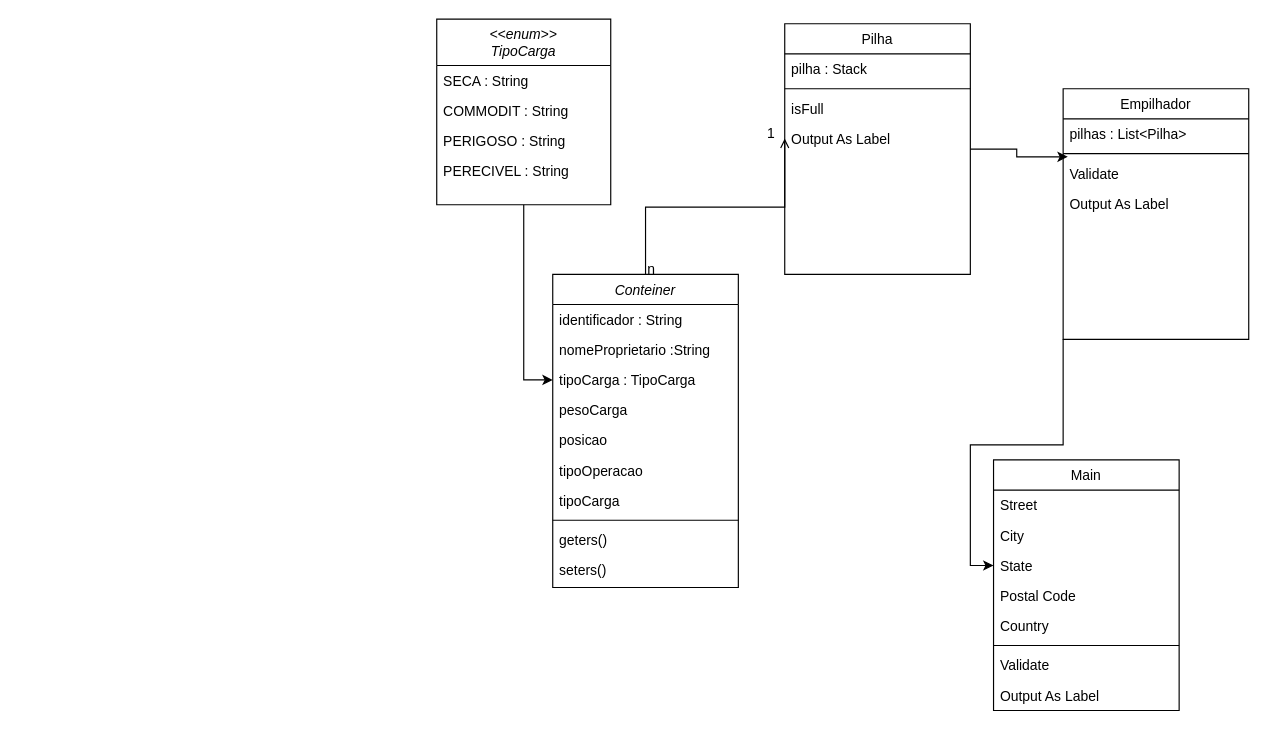
This is EmpilhamentoConteiners.drawio from sergiomnds/projeto_lp2, a draw.io file, before an edit. Source tidied: cells renumbered, new cells numbered last; positions are measured from the earlier drawing's top-left corner, leaving out a move shared by most shapes. Both pictures are drawn from the tidied source at 116%, with x=0, y=0 at pixel (436, 19).
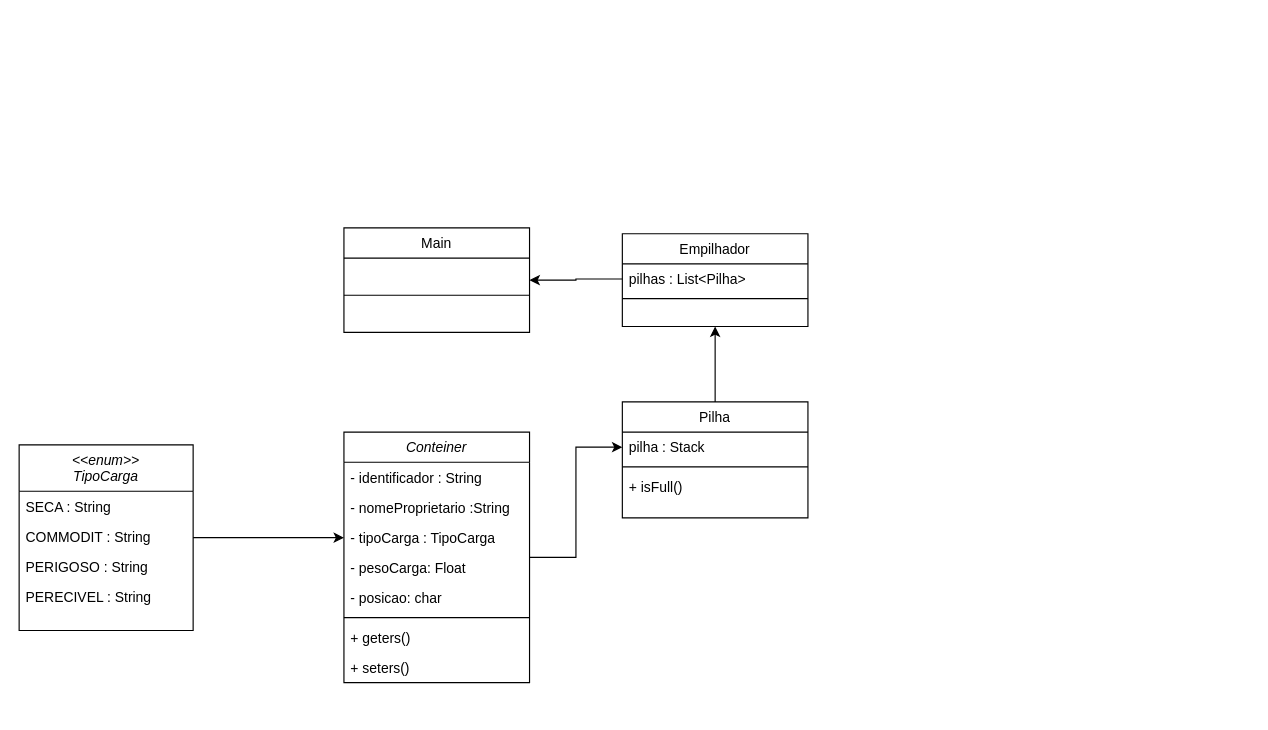
The same page after the edit.

Commit message:
limpando e finalizando o diagrama

The change refers to these unchanged cells:
```xml
<mxCell id="26" value="pilhas : List&lt;Pilha&gt;" style="text;align=left;verticalAlign=top;spacingLeft=4;spacingRight=4;overflow=hidden;points=[[0,0.5],[1,0.5]];portConstraint=eastwest;" parent="25" vertex="1">
  <mxGeometry y="26" width="160" height="26" as="geometry" />
</mxCell>
<mxCell id="39" value="pilha : Stack" style="text;align=left;verticalAlign=top;spacingLeft=4;spacingRight=4;overflow=hidden;points=[[0,0.5],[1,0.5]];portConstraint=eastwest;" parent="38" vertex="1">
  <mxGeometry y="26" width="160" height="26" as="geometry" />
</mxCell>
```

Change to the diagram source:
```diff
@@
-<mxGraphModel>
+<mxGraphModel background="#FFFFFF">
@@
+    <mxCell id="43" style="edgeStyle=orthogonalEdgeStyle;rounded=0;jettySize=auto;html=1;entryX=0;entryY=0.5;entryDx=0;entryDy=0;" parent="1" edge="1" source="2" target="39">
+      <mxGeometry relative="1" as="geometry" />
+    </mxCell>
     <mxCell id="2" value="Conteiner" style="swimlane;fontStyle=2;align=center;verticalAlign=top;horizontal=1;startSize=26;rounded=0;shadow=0;strokeWidth=1;" parent="1" vertex="1">
-      <mxGeometry x="100" y="220" width="160" height="270" as="geometry" />
+      <mxGeometry x="-80" y="356" width="160" height="216" as="geometry" />
     </mxCell>
-    <mxCell id="3" value="identificador : String" style="text;align=left;verticalAlign=top;spacingLeft=4;spacingRight=4;overflow=hidden;" parent="2" vertex="1">
+    <mxCell id="3" value="- identificador : String" style="text;align=left;verticalAlign=top;spacingLeft=4;spacingRight=4;overflow=hidden;" parent="2" vertex="1">
       <mxGeometry y="26" width="160" height="26" as="geometry" />
     </mxCell>
-    <mxCell id="4" value="nomeProprietario :String" style="text;align=left;verticalAlign=top;spacingLeft=4;spacingRight=4;overflow=hidden;rounded=0;shadow=0;html=0;" parent="2" vertex="1">
+    <mxCell id="4" value="- nomeProprietario :String" style="text;align=left;verticalAlign=top;spacingLeft=4;spacingRight=4;overflow=hidden;rounded=0;shadow=0;html=0;" parent="2" vertex="1">
       <mxGeometry y="52" width="160" height="26" as="geometry" />
     </mxCell>
-    <mxCell id="5" value="tipoCarga : TipoCarga" style="text;align=left;verticalAlign=top;spacingLeft=4;spacingRight=4;overflow=hidden;points=[[0,0.5],[1,0.5]];portConstraint=eastwest;rounded=0;shadow=0;html=0;" parent="2" vertex="1">
+    <mxCell id="5" value="- tipoCarga : TipoCarga" style="text;align=left;verticalAlign=top;spacingLeft=4;spacingRight=4;overflow=hidden;points=[[0,0.5],[1,0.5]];portConstraint=eastwest;rounded=0;shadow=0;html=0;" parent="2" vertex="1">
       <mxGeometry y="78" width="160" height="26" as="geometry" />
     </mxCell>
-    <mxCell id="6" value="pesoCarga" style="text;align=left;verticalAlign=top;spacingLeft=4;spacingRight=4;overflow=hidden;rounded=0;shadow=0;html=0;" parent="2" vertex="1">
+    <mxCell id="6" value="- pesoCarga: Float" style="text;align=left;verticalAlign=top;spacingLeft=4;spacingRight=4;overflow=hidden;rounded=0;shadow=0;html=0;" parent="2" vertex="1">
       <mxGeometry y="104" width="160" height="26" as="geometry" />
     </mxCell>
-    <mxCell id="7" value="posicao" style="text;align=left;verticalAlign=top;spacingLeft=4;spacingRight=4;overflow=hidden;rounded=0;shadow=0;html=0;" parent="2" vertex="1">
+    <mxCell id="7" value="- posicao: char" style="text;align=left;verticalAlign=top;spacingLeft=4;spacingRight=4;overflow=hidden;rounded=0;shadow=0;html=0;" parent="2" vertex="1">
       <mxGeometry y="130" width="160" height="26" as="geometry" />
     </mxCell>
-    <mxCell id="8" value="tipoOperacao" style="text;align=left;verticalAlign=top;spacingLeft=4;spacingRight=4;overflow=hidden;rounded=0;shadow=0;html=0;" parent="2" vertex="1">
-      <mxGeometry y="156" width="160" height="26" as="geometry" />
-    </mxCell>
-    <mxCell id="9" value="tipoCarga" style="text;align=left;verticalAlign=top;spacingLeft=4;spacingRight=4;overflow=hidden;rounded=0;shadow=0;html=0;" parent="2" vertex="1">
-      <mxGeometry y="182" width="160" height="26" as="geometry" />
-    </mxCell>
     <mxCell id="10" style="line;html=1;strokeWidth=1;align=left;verticalAlign=middle;spacingTop=-1;spacingLeft=3;spacingRight=3;labelPosition=right;" parent="2" vertex="1">
-      <mxGeometry y="208" width="160" height="8" as="geometry" />
+      <mxGeometry y="156" width="160" height="8" as="geometry" />
     </mxCell>
-    <mxCell id="11" value="geters()" style="text;align=left;verticalAlign=top;spacingLeft=4;spacingRight=4;overflow=hidden;rounded=0;shadow=0;html=0;" parent="2" vertex="1">
-      <mxGeometry y="216" width="160" height="26" as="geometry" />
+    <mxCell id="11" value="+ geters()" style="text;align=left;verticalAlign=top;spacingLeft=4;spacingRight=4;overflow=hidden;rounded=0;shadow=0;html=0;" parent="2" vertex="1">
+      <mxGeometry y="164" width="160" height="26" as="geometry" />
     </mxCell>
-    <mxCell id="12" value="seters()" style="text;align=left;verticalAlign=top;spacingLeft=4;spacingRight=4;overflow=hidden;rounded=0;shadow=0;html=0;" parent="2" vertex="1">
-      <mxGeometry y="242" width="160" height="26" as="geometry" />
+    <mxCell id="12" value="+ seters()" style="text;align=left;verticalAlign=top;spacingLeft=4;spacingRight=4;overflow=hidden;rounded=0;shadow=0;html=0;" parent="2" vertex="1">
+      <mxGeometry y="190" width="160" height="26" as="geometry" />
     </mxCell>
     <mxCell id="13" value="Main" style="swimlane;fontStyle=0;align=center;verticalAlign=top;horizontal=1;startSize=26;rounded=0;shadow=0;strokeWidth=1;" parent="1" vertex="1">
-      <mxGeometry x="480" y="380" width="160" height="216" as="geometry" />
+      <mxGeometry x="-80" y="180" width="160" height="90" as="geometry" />
     </mxCell>
-    <mxCell id="14" value="Street" style="text;align=left;verticalAlign=top;spacingLeft=4;spacingRight=4;overflow=hidden;" parent="13" vertex="1">
-      <mxGeometry y="26" width="160" height="26" as="geometry" />
-    </mxCell>
-    <mxCell id="15" value="City" style="text;align=left;verticalAlign=top;spacingLeft=4;spacingRight=4;overflow=hidden;rounded=0;shadow=0;html=0;" parent="13" vertex="1">
-      <mxGeometry y="52" width="160" height="26" as="geometry" />
-    </mxCell>
-    <mxCell id="16" value="State" style="text;align=left;verticalAlign=top;spacingLeft=4;spacingRight=4;overflow=hidden;points=[[0,0.5],[1,0.5]];portConstraint=eastwest;rounded=0;shadow=0;html=0;" parent="13" vertex="1">
-      <mxGeometry y="78" width="160" height="26" as="geometry" />
-    </mxCell>
-    <mxCell id="17" value="Postal Code" style="text;align=left;verticalAlign=top;spacingLeft=4;spacingRight=4;overflow=hidden;rounded=0;shadow=0;html=0;" parent="13" vertex="1">
-      <mxGeometry y="104" width="160" height="26" as="geometry" />
-    </mxCell>
-    <mxCell id="18" value="Country" style="text;align=left;verticalAlign=top;spacingLeft=4;spacingRight=4;overflow=hidden;rounded=0;shadow=0;html=0;" parent="13" vertex="1">
-      <mxGeometry y="130" width="160" height="26" as="geometry" />
-    </mxCell>
     <mxCell id="19" style="line;html=1;strokeWidth=1;align=left;verticalAlign=middle;spacingTop=-1;spacingLeft=3;spacingRight=3;labelPosition=right;" parent="13" vertex="1">
-      <mxGeometry y="156" width="160" height="8" as="geometry" />
+      <mxGeometry y="26" width="160" height="64" as="geometry" />
     </mxCell>
-    <mxCell id="20" value="Validate" style="text;align=left;verticalAlign=top;spacingLeft=4;spacingRight=4;overflow=hidden;" parent="13" vertex="1">
-      <mxGeometry y="164" width="160" height="26" as="geometry" />
-    </mxCell>
-    <mxCell id="21" value="Output As Label" style="text;align=left;verticalAlign=top;spacingLeft=4;spacingRight=4;overflow=hidden;" parent="13" vertex="1">
-      <mxGeometry y="190" width="160" height="26" as="geometry" />
-    </mxCell>
-    <mxCell id="22" style="endArrow=open;shadow=0;strokeWidth=1;rounded=0;endFill=1;edgeStyle=elbowEdgeStyle;elbow=vertical;entryX=0;entryY=0.5;entryDx=0;entryDy=0;" parent="1" edge="1" source="2" target="42">
-      <mxGeometry x="0.5" y="41" relative="1" as="geometry">
-        <mxPoint x="-40" y="32" as="offset" />
-      </mxGeometry>
-    </mxCell>
-    <mxCell id="23" value="n" style="align=left;verticalAlign=bottom;labelBackgroundColor=none;fontSize=12;" parent="22" vertex="1">
-      <mxGeometry x="-1" relative="1" as="geometry">
-        <mxPoint y="4" as="offset" />
-      </mxGeometry>
-    </mxCell>
-    <mxCell id="24" value="1" style="align=right;verticalAlign=bottom;labelBackgroundColor=none;fontSize=12;" parent="22" vertex="1">
-      <mxGeometry x="1" relative="1" as="geometry">
-        <mxPoint x="-7" y="4" as="offset" />
-      </mxGeometry>
-    </mxCell>
     <mxCell id="25" value="Empilhador" style="swimlane;fontStyle=0;align=center;verticalAlign=top;horizontal=1;startSize=26;rounded=0;shadow=0;strokeWidth=1;" parent="1" vertex="1">
-      <mxGeometry x="540" y="60" width="160" height="216" as="geometry" />
+      <mxGeometry x="160" y="185" width="160" height="80" as="geometry" />
     </mxCell>
@@
-    <mxCell id="28" value="Validate" style="text;align=left;verticalAlign=top;spacingLeft=4;spacingRight=4;overflow=hidden;points=[[0,0.5],[1,0.5]];portConstraint=eastwest;" parent="25" vertex="1">
-      <mxGeometry y="60" width="160" height="26" as="geometry" />
-    </mxCell>
-    <mxCell id="29" value="Output As Label" style="text;align=left;verticalAlign=top;spacingLeft=4;spacingRight=4;overflow=hidden;" parent="25" vertex="1">
-      <mxGeometry y="86" width="160" height="26" as="geometry" />
-    </mxCell>
-    <mxCell id="30" style="edgeStyle=orthogonalEdgeStyle;rounded=0;jettySize=auto;html=1;exitX=0;exitY=1;exitDx=0;exitDy=0;entryX=0;entryY=0.5;entryDx=0;entryDy=0;" parent="1" edge="1" source="25" target="16">
-      <mxGeometry relative="1" as="geometry" />
-    </mxCell>
@@
     <mxCell id="32" value="&lt;&lt;enum&gt;&gt;&#10;TipoCarga" style="swimlane;fontStyle=2;align=center;verticalAlign=top;horizontal=1;startSize=40;rounded=0;shadow=0;strokeWidth=1;" parent="1" vertex="1">
-      <mxGeometry width="150" height="160" as="geometry" />
+      <mxGeometry x="-360" y="367" width="150" height="160" as="geometry" />
     </mxCell>
@@
-    <mxCell id="37" style="edgeStyle=orthogonalEdgeStyle;rounded=0;jettySize=auto;html=1;entryX=0.025;entryY=-0.051;entryDx=0;entryDy=0;entryPerimeter=0;" parent="1" edge="1" source="38" target="28">
-      <mxGeometry relative="1" as="geometry" />
-    </mxCell>
+    <mxCell id="44" style="edgeStyle=orthogonalEdgeStyle;rounded=0;jettySize=auto;html=1;entryX=0.5;entryY=1;entryDx=0;entryDy=0;" parent="1" edge="1" source="38" target="25">
+      <mxGeometry relative="1" as="geometry" />
+    </mxCell>
     <mxCell id="38" value="Pilha" style="swimlane;fontStyle=0;align=center;verticalAlign=top;horizontal=1;startSize=26;rounded=0;shadow=0;strokeWidth=1;" parent="1" vertex="1">
-      <mxGeometry x="300" y="4" width="160" height="216" as="geometry" />
+      <mxGeometry x="160" y="330" width="160" height="100" as="geometry" />
     </mxCell>
@@
-    <mxCell id="41" value="isFull" style="text;align=left;verticalAlign=top;spacingLeft=4;spacingRight=4;overflow=hidden;" parent="38" vertex="1">
+    <mxCell id="41" value="+ isFull()" style="text;align=left;verticalAlign=top;spacingLeft=4;spacingRight=4;overflow=hidden;" parent="38" vertex="1">
       <mxGeometry y="60" width="160" height="26" as="geometry" />
     </mxCell>
-    <mxCell id="42" value="Output As Label" style="text;align=left;verticalAlign=top;spacingLeft=4;spacingRight=4;overflow=hidden;points=[[0,0.5],[1,0.5]];portConstraint=eastwest;" parent="38" vertex="1">
-      <mxGeometry y="86" width="160" height="26" as="geometry" />
-    </mxCell>
+    <mxCell id="45" style="edgeStyle=orthogonalEdgeStyle;rounded=0;jettySize=auto;html=1;exitX=0;exitY=0.5;exitDx=0;exitDy=0;entryX=1;entryY=0.5;entryDx=0;entryDy=0;" parent="1" edge="1" source="26" target="13">
+      <mxGeometry relative="1" as="geometry" />
+    </mxCell>
```
